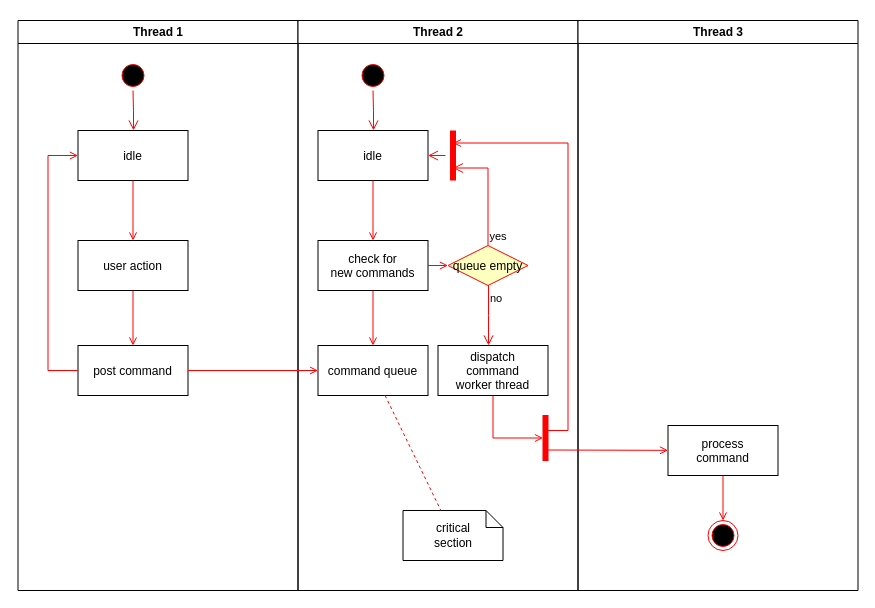
This is Untitled Diagram.drawio from 311i0tt07/Final-Project, a draw.io file, before an edit. Source tidied: cells renumbered, new cells numbered last; positions are measured from the earlier drawing's top-left corner, leaving out a move shared by most shapes. Both pictures are drawn from the tidied source at 100%, with x=0, y=0 at pixel (17, 20).
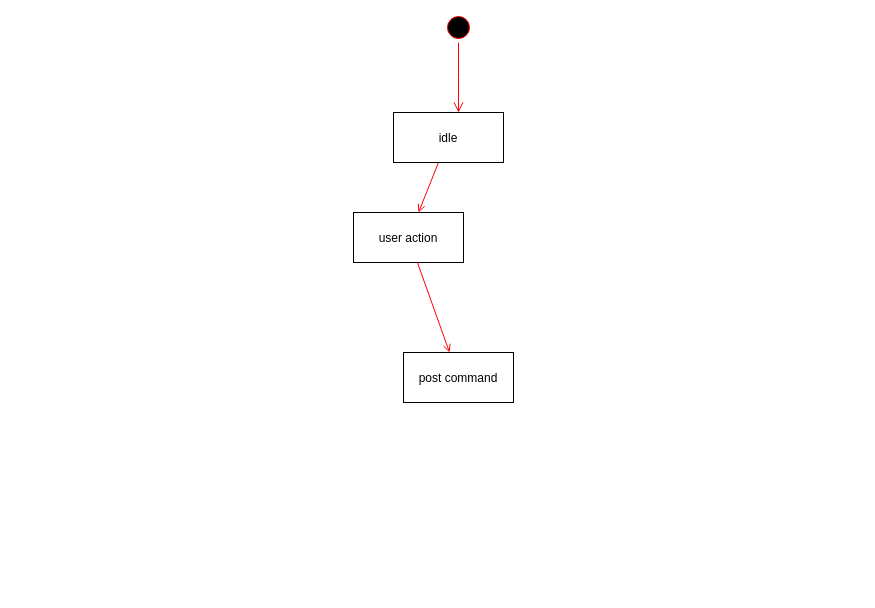
The same diagram, later.

Commit message (it also covers changes not shown here):
UML Diagram

Diff of the diagram source:
```diff
@@
-    <mxCell id="2" value="Thread 1" style="swimlane;whiteSpace=wrap;" parent="1" vertex="1">
-      <mxGeometry x="0.5" width="280" height="570" as="geometry" />
-    </mxCell>
-    <mxCell id="3" style="ellipse;shape=startState;fillColor=#000000;strokeColor=#ff0000;" parent="2" vertex="1">
-      <mxGeometry x="100" y="40" width="30" height="30" as="geometry" />
-    </mxCell>
-    <mxCell id="4" style="edgeStyle=elbowEdgeStyle;elbow=horizontal;verticalAlign=bottom;endArrow=open;endSize=8;strokeColor=#FF0000;endFill=1;rounded=0;" parent="2" edge="1" source="3" target="5">
-      <mxGeometry x="100" y="40" as="geometry" />
-    </mxCell>
-    <mxCell id="5" value="idle" parent="2" vertex="1">
-      <mxGeometry x="60" y="110" width="110" height="50" as="geometry" />
-    </mxCell>
-    <mxCell id="6" value="user action" parent="2" vertex="1">
-      <mxGeometry x="60" y="220" width="110" height="50" as="geometry" />
+    <mxCell id="6" value="user action" parent="1" vertex="1">
+      <mxGeometry x="336" y="192" width="110" height="50" as="geometry" />
     </mxCell>
-    <mxCell id="7" style="endArrow=open;strokeColor=#FF0000;endFill=1;rounded=0;" parent="2" edge="1" source="5" target="6">
+    <mxCell id="7" style="endArrow=open;strokeColor=#FF0000;endFill=1;rounded=0;" parent="1" edge="1" source="5" target="6">
       <mxGeometry relative="1" as="geometry" />
     </mxCell>
+    <mxCell id="9" style="endArrow=open;strokeColor=#FF0000;endFill=1;rounded=0;" parent="1" edge="1" source="6" target="8">
+      <mxGeometry relative="1" as="geometry" />
+    </mxCell>
+    <mxCell id="5" value="idle" parent="1" vertex="1">
+      <mxGeometry x="376" y="92" width="110" height="50" as="geometry" />
+    </mxCell>
+    <mxCell id="4" style="edgeStyle=elbowEdgeStyle;elbow=horizontal;verticalAlign=bottom;endArrow=open;endSize=8;strokeColor=#FF0000;endFill=1;rounded=0;" parent="1" edge="1" source="3" target="5">
+      <mxGeometry x="264.5" y="150" as="geometry" />
+    </mxCell>
+    <mxCell id="3" style="ellipse;shape=startState;fillColor=#000000;strokeColor=#ff0000;" parent="1" vertex="1">
+      <mxGeometry x="426" y="-8" width="30" height="30" as="geometry" />
+    </mxCell>
-    <mxCell id="8" value="post command" parent="2" vertex="1">
-      <mxGeometry x="60" y="325" width="110" height="50" as="geometry" />
+    <mxCell id="8" value="post command" parent="1" vertex="1">
+      <mxGeometry x="386" y="332" width="110" height="50" as="geometry" />
     </mxCell>
-    <mxCell id="9" style="endArrow=open;strokeColor=#FF0000;endFill=1;rounded=0;" parent="2" edge="1" source="6" target="8">
-      <mxGeometry relative="1" as="geometry" />
-    </mxCell>
-    <mxCell id="10" style="edgeStyle=elbowEdgeStyle;elbow=horizontal;strokeColor=#FF0000;endArrow=open;endFill=1;rounded=0;" parent="2" edge="1" source="8" target="5">
-      <mxGeometry relative="1" as="geometry">
-        <Array as="points">
-          <mxPoint x="30" y="250" />
-        </Array>
-      </mxGeometry>
-    </mxCell>
-    <mxCell id="11" value="Thread 2" style="swimlane;whiteSpace=wrap;" parent="1" vertex="1">
-      <mxGeometry x="280.5" width="280" height="570" as="geometry" />
-    </mxCell>
-    <mxCell id="12" style="ellipse;shape=startState;fillColor=#000000;strokeColor=#ff0000;" parent="11" vertex="1">
-      <mxGeometry x="60" y="40" width="30" height="30" as="geometry" />
-    </mxCell>
-    <mxCell id="13" style="edgeStyle=elbowEdgeStyle;elbow=horizontal;verticalAlign=bottom;endArrow=open;endSize=8;strokeColor=#FF0000;endFill=1;rounded=0;" parent="11" edge="1" source="12" target="14">
-      <mxGeometry x="40" y="20" as="geometry" />
-    </mxCell>
-    <mxCell id="14" value="idle" parent="11" vertex="1">
-      <mxGeometry x="20" y="110" width="110" height="50" as="geometry" />
-    </mxCell>
-    <mxCell id="15" value="check for &#10;new commands" parent="11" vertex="1">
-      <mxGeometry x="20" y="220" width="110" height="50" as="geometry" />
-    </mxCell>
-    <mxCell id="16" style="endArrow=open;strokeColor=#FF0000;endFill=1;rounded=0;" parent="11" edge="1" source="14" target="15">
-      <mxGeometry relative="1" as="geometry" />
-    </mxCell>
-    <mxCell id="17" value="command queue" parent="11" vertex="1">
-      <mxGeometry x="20" y="325" width="110" height="50" as="geometry" />
-    </mxCell>
-    <mxCell id="18" style="endArrow=open;strokeColor=#FF0000;endFill=1;rounded=0;" parent="11" edge="1" source="15" target="17">
-      <mxGeometry relative="1" as="geometry" />
-    </mxCell>
-    <mxCell id="19" value="queue empty" style="rhombus;fillColor=#ffffc0;strokeColor=#ff0000;" parent="11" vertex="1">
-      <mxGeometry x="150" y="225" width="80" height="40" as="geometry" />
-    </mxCell>
-    <mxCell id="20" value="yes" style="edgeStyle=elbowEdgeStyle;elbow=horizontal;align=left;verticalAlign=bottom;endArrow=open;endSize=8;strokeColor=#FF0000;exitX=0.5;exitY=0;endFill=1;rounded=0;entryX=0.75;entryY=0.5;entryPerimeter=0;" parent="11" edge="1" source="19" target="23">
-      <mxGeometry x="-1" relative="1" as="geometry">
-        <Array as="points">
-          <mxPoint x="190" y="180" />
-        </Array>
-      </mxGeometry>
-    </mxCell>
-    <mxCell id="21" value="no" style="edgeStyle=elbowEdgeStyle;elbow=horizontal;align=left;verticalAlign=top;endArrow=open;endSize=8;strokeColor=#FF0000;endFill=1;rounded=0;" parent="11" edge="1" source="19" target="25">
-      <mxGeometry x="-1" relative="1" as="geometry" />
-    </mxCell>
-    <mxCell id="22" style="endArrow=open;strokeColor=#FF0000;endFill=1;rounded=0;" parent="11" edge="1" source="15" target="19">
-      <mxGeometry relative="1" as="geometry" />
-    </mxCell>
-    <mxCell id="23" style="shape=line;strokeWidth=6;strokeColor=#ff0000;rotation=90;" parent="11" vertex="1">
-      <mxGeometry x="130" y="127.5" width="50" height="15" as="geometry" />
-    </mxCell>
-    <mxCell id="24" style="edgeStyle=elbowEdgeStyle;elbow=horizontal;verticalAlign=bottom;endArrow=open;endSize=8;strokeColor=#FF0000;endFill=1;rounded=0;" parent="11" edge="1" source="23" target="14">
-      <mxGeometry x="130" y="90" as="geometry" />
-    </mxCell>
-    <mxCell id="25" value="dispatch&#10;command&#10;worker thread" parent="11" vertex="1">
-      <mxGeometry x="140" y="325" width="110" height="50" as="geometry" />
-    </mxCell>
-    <mxCell id="26" value="critical&#10;section" style="shape=note;whiteSpace=wrap;size=17;" parent="11" vertex="1">
-      <mxGeometry x="105" y="490" width="100" height="50" as="geometry" />
-    </mxCell>
-    <mxCell id="27" style="endArrow=none;strokeColor=#FF0000;endFill=0;rounded=0;dashed=1;" parent="11" edge="1" source="17" target="26">
-      <mxGeometry relative="1" as="geometry" />
-    </mxCell>
-    <mxCell id="28" style="whiteSpace=wrap;strokeColor=#FF0000;fillColor=#FF0000;" parent="11" vertex="1">
-      <mxGeometry x="245" y="395" width="5" height="45" as="geometry" />
-    </mxCell>
-    <mxCell id="29" style="edgeStyle=elbowEdgeStyle;elbow=horizontal;entryX=0;entryY=0.5;strokeColor=#FF0000;endArrow=open;endFill=1;rounded=0;" parent="11" edge="1" source="25" target="28">
-      <mxGeometry relative="1" as="geometry">
-        <Array as="points">
-          <mxPoint x="195" y="400" />
-        </Array>
-      </mxGeometry>
-    </mxCell>
-    <mxCell id="30" value="Thread 3" style="swimlane;whiteSpace=wrap;" parent="1" vertex="1">
-      <mxGeometry x="560.5" width="280" height="570" as="geometry" />
-    </mxCell>
-    <mxCell id="31" value="process&#10;command" parent="30" vertex="1">
-      <mxGeometry x="90" y="405" width="110" height="50" as="geometry" />
-    </mxCell>
-    <mxCell id="32" style="edgeStyle=elbowEdgeStyle;elbow=horizontal;strokeColor=#FF0000;endArrow=open;endFill=1;rounded=0;entryX=0.25;entryY=0.5;entryPerimeter=0;" parent="30" edge="1" target="23">
-      <mxGeometry relative="1" as="geometry">
-        <mxPoint x="-30" y="410" as="sourcePoint" />
-        <Array as="points">
-          <mxPoint x="-10" y="135" />
-        </Array>
-      </mxGeometry>
-    </mxCell>
-    <mxCell id="33" style="edgeStyle=none;strokeColor=#FF0000;endArrow=open;endFill=1;rounded=0;" parent="30" edge="1" target="31">
-      <mxGeometry relative="1" as="geometry">
-        <mxPoint x="-30" y="429.5" as="sourcePoint" />
-      </mxGeometry>
-    </mxCell>
-    <mxCell id="34" style="ellipse;shape=endState;fillColor=#000000;strokeColor=#ff0000;" parent="30" vertex="1">
-      <mxGeometry x="130" y="500" width="30" height="30" as="geometry" />
-    </mxCell>
-    <mxCell id="35" style="endArrow=open;strokeColor=#FF0000;endFill=1;rounded=0;" parent="30" edge="1" source="31" target="34">
-      <mxGeometry relative="1" as="geometry" />
-    </mxCell>
-    <mxCell id="36" style="endArrow=open;strokeColor=#FF0000;endFill=1;rounded=0;" parent="1" edge="1" source="8" target="17">
-      <mxGeometry relative="1" as="geometry" />
-    </mxCell>
```
